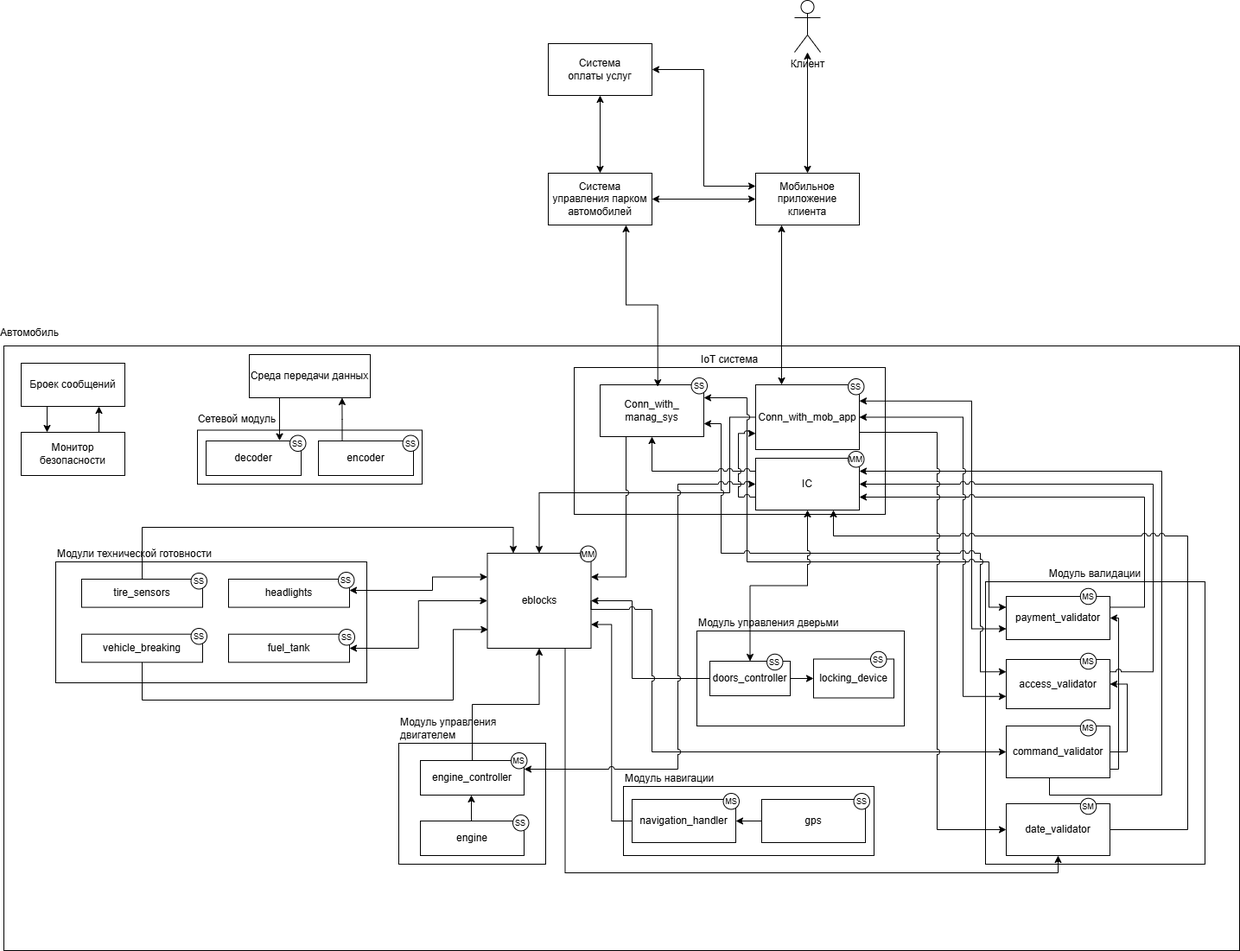
This is docs/pics/arch.png from 1kitten/cyberimmune-3, a draw.io export, as it was before one commit. Source tidied: cells renumbered, new cells last; positions are measured from the earlier drawing's top-left corner, leaving out a move shared by most shapes.
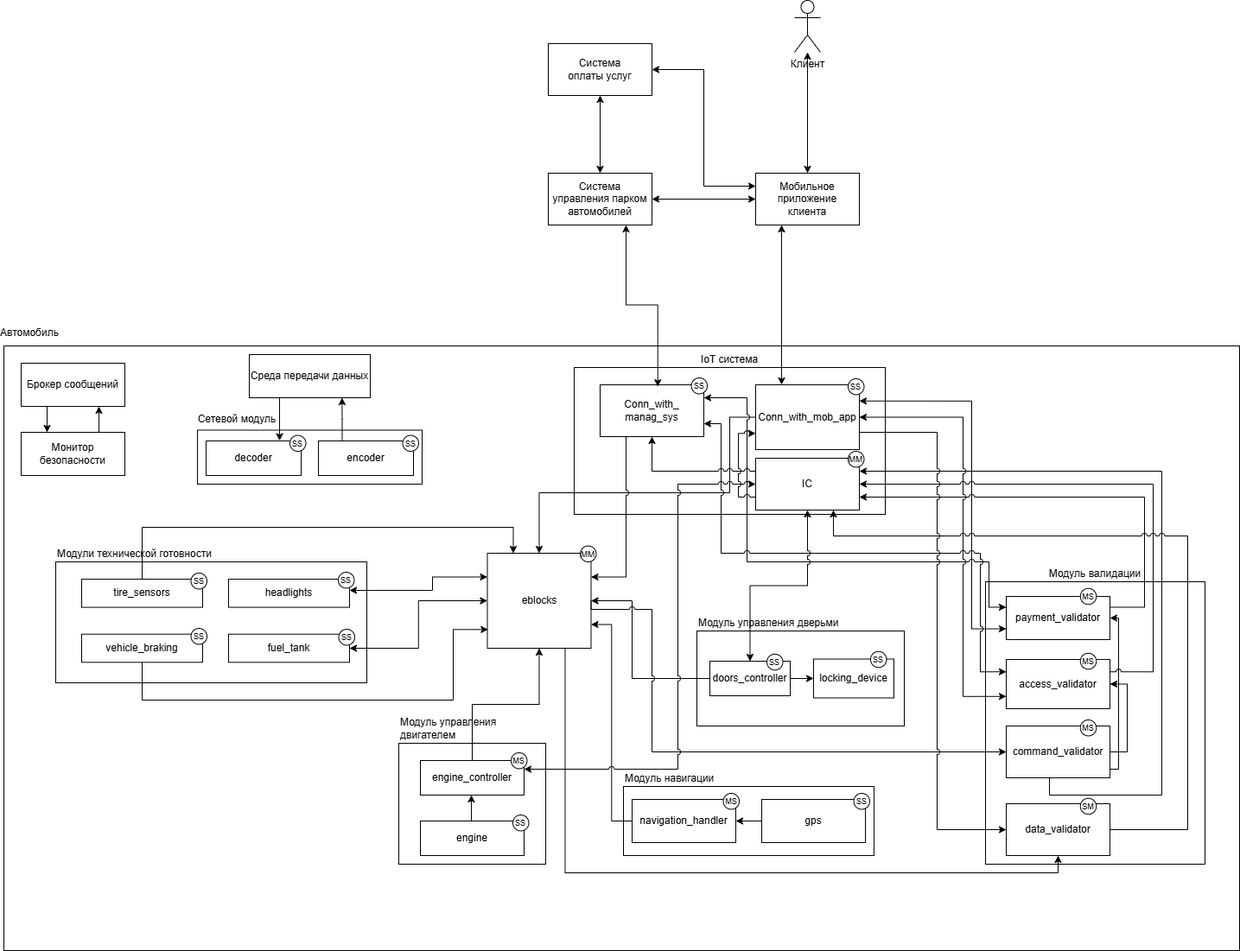
The same diagram one commit later.

What changed in the source:
```diff
@@ -29,7 +29,7 @@
     <mxCell id="10" value="headlights" style="rounded=0;whiteSpace=wrap;html=1;" parent="8" vertex="1">
       <mxGeometry x="200" y="20" width="140" height="32.6" as="geometry" />
     </mxCell>
-    <mxCell id="11" value="vehicle_breaking" style="rounded=0;whiteSpace=wrap;html=1;" parent="8" vertex="1">
+    <mxCell id="11" value="vehicle_braking" style="rounded=0;whiteSpace=wrap;html=1;" parent="8" vertex="1">
       <mxGeometry x="30" y="83.7" width="140" height="32.6" as="geometry" />
     </mxCell>
     <mxCell id="12" value="tire_sensors" style="rounded=0;whiteSpace=wrap;html=1;" parent="8" vertex="1">
@@ -56,7 +56,7 @@
     <mxCell id="19" style="edgeStyle=orthogonalEdgeStyle;rounded=0;jettySize=auto;html=1;exitX=0.25;exitY=1;exitDx=0;exitDy=0;entryX=0.25;entryY=0;entryDx=0;entryDy=0;" parent="18" edge="1" source="20" target="22">
       <mxGeometry relative="1" as="geometry" />
     </mxCell>
-    <mxCell id="20" value="Броек сообщений" style="rounded=0;whiteSpace=wrap;html=1;" parent="18" vertex="1">
+    <mxCell id="20" value="Брокер сообщений" style="rounded=0;whiteSpace=wrap;html=1;" parent="18" vertex="1">
       <mxGeometry width="120" height="50" as="geometry" />
     </mxCell>
     <mxCell id="21" style="edgeStyle=orthogonalEdgeStyle;rounded=0;jettySize=auto;html=1;exitX=0.75;exitY=0;exitDx=0;exitDy=0;entryX=0.75;entryY=1;entryDx=0;entryDy=0;" parent="18" edge="1" source="22" target="20">
@@ -332,7 +332,7 @@
         </Array>
       </mxGeometry>
     </mxCell>
-    <mxCell id="81" value="date_validator" style="rounded=0;whiteSpace=wrap;html=1;" parent="1" vertex="1">
+    <mxCell id="81" value="data_validator" style="rounded=0;whiteSpace=wrap;html=1;" parent="1" vertex="1">
       <mxGeometry x="1160" y="930" width="120" height="60" as="geometry" />
     </mxCell>
     <mxCell id="82" style="edgeStyle=orthogonalEdgeStyle;rounded=0;jettySize=auto;html=1;exitX=0.75;exitY=1;exitDx=0;exitDy=0;entryX=0.5;entryY=1;entryDx=0;entryDy=0;" parent="1" edge="1" source="28" target="81">
```
